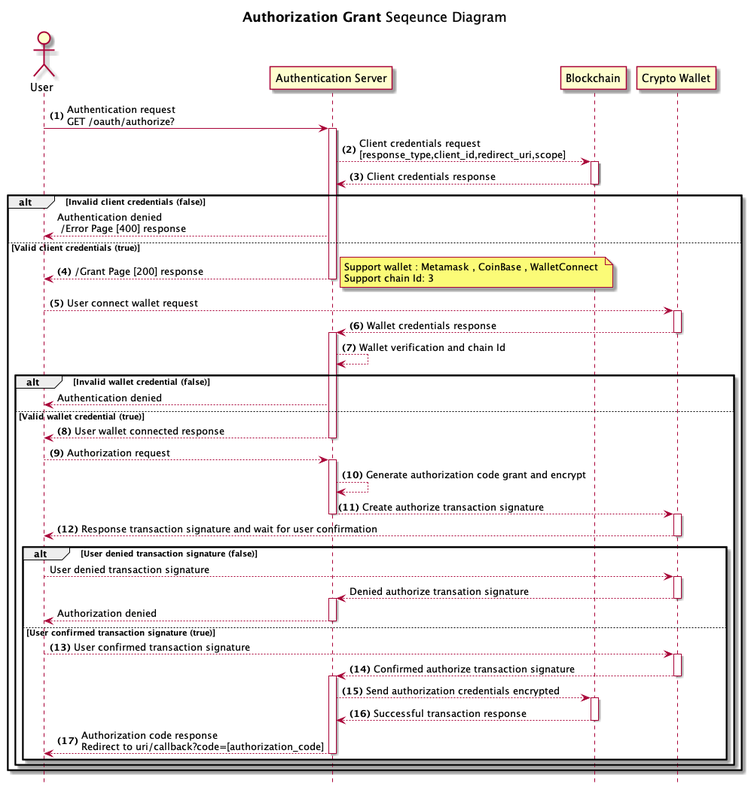
Earlier version of the PlantUML export documents/diagrams/out/authentication-server/authorizationGrant/authorizationGrant.png (Kritsanawipankhet/CE64-41). Its diagram source:
```plantuml
@startuml authorizationGrant
title **Authorization Grant** Seqeunce Diagram
hide footbox
actor User
autonumber "<b>(0)"
"User" -> "Authentication Server" ++: Authentication request \nGET /oauth/authorize?
"Authentication Server" --> "Blockchain" ++: Client credentials request\n[response_type,client_id,redirect_uri,scope]
"Blockchain" --> "Authentication Server" --: Client credentials response
alt Invalid client credentials (false)
    autonumber stop
    "Authentication Server" --> "User": Authentication denied \n /Error Page [400] response
else Valid client credentials (true)
    autonumber resume
    "Authentication Server" --> "User" --: /Grant Page [200] response
    note right: Support wallet : Metamask , CoinBase , WalletConnect \nSupport chain Id: 3
    "User" --> "Crypto Wallet" ++: User connect wallet request
    "Crypto Wallet" --> "Authentication Server" --++:  Wallet credentials response
    "Authentication Server" --> "Authentication Server" : Wallet verification and chain Id
    alt Invalid wallet credential (false)
        autonumber stop
        "Authentication Server" --> "User" : Authentication denied
    else  Valid wallet credential (true)
        autonumber resume
        "Authentication Server" --> "User" --: User wallet connected response
        "User" --> "Authentication Server" ++: Authorization request
        "Authentication Server" --> "Authentication Server" : Generate authorization code grant and encrypt
        "Authentication Server" --> "Crypto Wallet" --++: Create authorize transaction signature
        "Crypto Wallet" --> "User" --:  Response transaction signature and wait for user confirmation
        alt  User denied transaction signature (false)
            autonumber stop
            "User" --> "Crypto Wallet" ++: User denied transaction signature
            "Crypto Wallet" --> "Authentication Server" --++: Denied authorize transation signature
            "Authentication Server" --> "User" --: Authorization denied
        else User confirmed transaction signature (true)
            autonumber resume
            "User" --> "Crypto Wallet" ++: User confirmed transaction signature
            "Crypto Wallet" --> "Authentication Server" --++: Confirmed authorize transaction signature
            "Authentication Server" --> "Blockchain" ++: Send authorization credentials encrypted
            "Blockchain" --> "Authentication Server" --: Successful transaction response
            "Authentication Server" --> "User" --: Authorization code response \nRedirect to uri/callback?code=[authorization_code]
        end

    end
end
@enduml
```
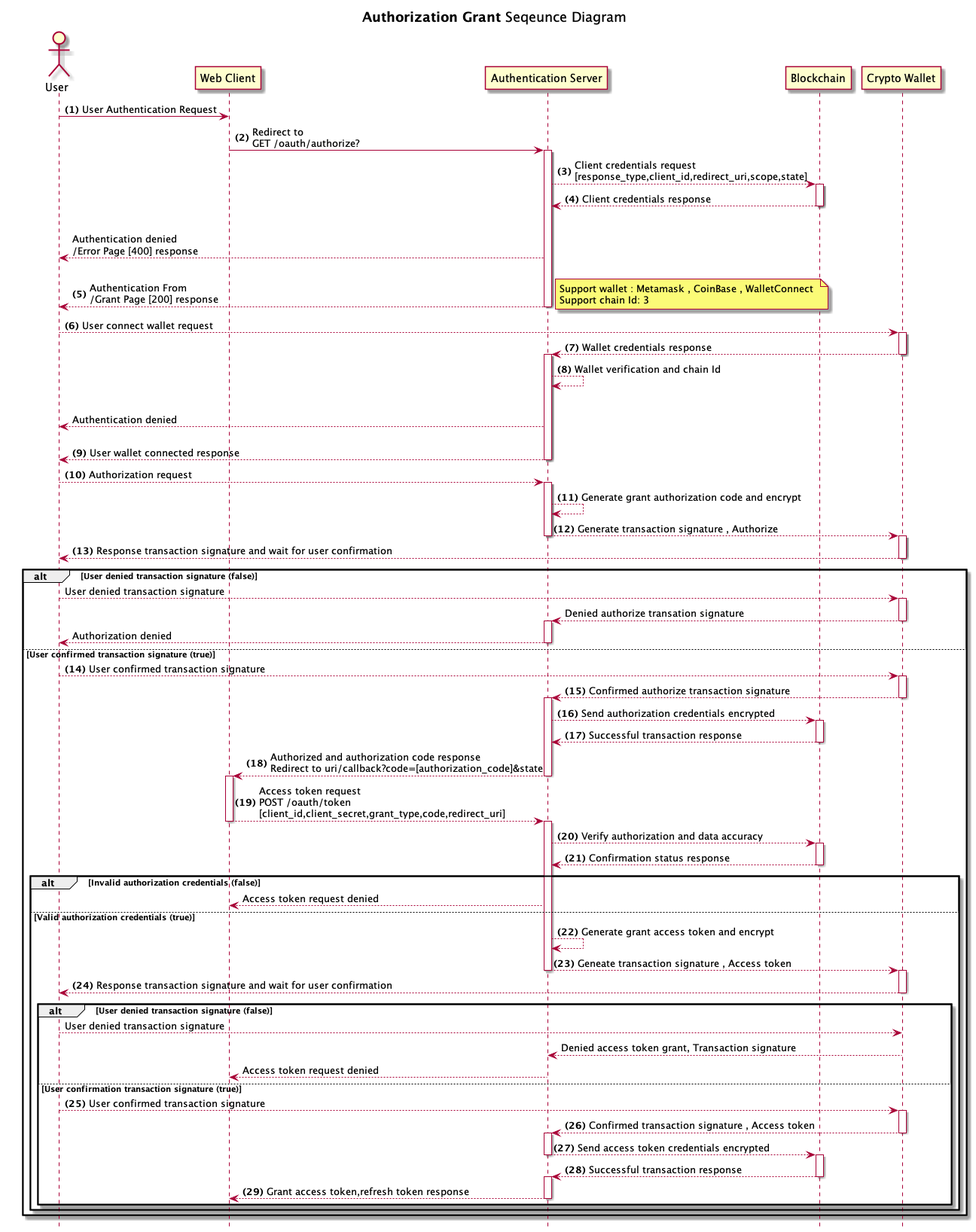
The same file after the commit.

Change to the diagram source:
```diff
@@ -3,15 +3,16 @@
 hide footbox
 actor User
 autonumber "<b>(0)"
-"User" -> "Authentication Server" ++: Authentication request \nGET /oauth/authorize?
-"Authentication Server" --> "Blockchain" ++: Client credentials request\n[response_type,client_id,redirect_uri,scope]
+"User" -> "Web Client" : User Authentication Request
+"Web Client" -> "Authentication Server" ++:  Redirect to \nGET /oauth/authorize?
+"Authentication Server" --> "Blockchain" ++: Client credentials request\n[response_type,client_id,redirect_uri,scope,state]
 "Blockchain" --> "Authentication Server" --: Client credentials response
 alt Invalid client credentials (false)
     autonumber stop
-    "Authentication Server" --> "User": Authentication denied \n /Error Page [400] response
+    "Authentication Server" --> "User": Authentication denied \n/Error Page [400] response
 else Valid client credentials (true)
     autonumber resume
-    "Authentication Server" --> "User" --: /Grant Page [200] response
+    "Authentication Server" --> "User" --: Authentication From\n/Grant Page [200] response
     note right: Support wallet : Metamask , CoinBase , WalletConnect \nSupport chain Id: 3
     "User" --> "Crypto Wallet" ++: User connect wallet request
     "Crypto Wallet" --> "Authentication Server" --++:  Wallet credentials response
@@ -23,8 +24,8 @@
         autonumber resume
         "Authentication Server" --> "User" --: User wallet connected response
         "User" --> "Authentication Server" ++: Authorization request
-        "Authentication Server" --> "Authentication Server" : Generate authorization code grant and encrypt
-        "Authentication Server" --> "Crypto Wallet" --++: Create authorize transaction signature
+        "Authentication Server" --> "Authentication Server" : Generate grant authorization code and encrypt
+        "Authentication Server" --> "Crypto Wallet" --++: Generate transaction signature , Authorize
         "Crypto Wallet" --> "User" --:  Response transaction signature and wait for user confirmation
         alt  User denied transaction signature (false)
             autonumber stop
@@ -37,8 +38,31 @@
             "Crypto Wallet" --> "Authentication Server" --++: Confirmed authorize transaction signature
             "Authentication Server" --> "Blockchain" ++: Send authorization credentials encrypted
             "Blockchain" --> "Authentication Server" --: Successful transaction response
-            "Authentication Server" --> "User" --: Authorization code response \nRedirect to uri/callback?code=[authorization_code]
-        end
+            "Authentication Server" --> "Web Client" --++: Authorized and authorization code response \nRedirect to uri/callback?code=[authorization_code]&state
+            "Web Client" --> "Authentication Server" --++: Access token request \nPOST /oauth/token\n[client_id,client_secret,grant_type,code,redirect_uri]
+            "Authentication Server" --> "Blockchain" ++: Verify authorization and data accuracy
+            "Blockchain" --> "Authentication Server" --: Confirmation status response
+            alt Invalid authorization credentials (false)
+                 autonumber stop
+                "Authentication Server" --> "Web Client" : Access token request denied
+            else Valid authorization credentials (true)
+                autonumber resume
+                "Authentication Server" --> "Authentication Server" : Generate grant access token and encrypt
+                "Authentication Server" --> "Crypto Wallet" --++: Geneate transaction signature , Access token
+                "Crypto Wallet" --> "User" --: Response transaction signature and wait for user confirmation
+                alt User denied transaction signature (false)
+                    autonumber stop
+                    "User" --> "Crypto Wallet" : User denied transaction signature
+                    "Crypto Wallet" --> "Authentication Server" : Denied access token grant, Transaction signature
+                    "Authentication Server" --> "Web Client" : Access token request denied
+                else User confirmation transaction signature (true)
+                    autonumber resume
+                    "User" --> "Crypto Wallet" ++: User confirmed transaction signature
+                    "Crypto Wallet" --> "Authentication Server" --++: Confirmed transaction signature , Access token
+                    "Authentication Server" --> "Blockchain" --++: Send access token credentials encrypted
+                    "Blockchain" --> "Authentication Server" --++: Successful transaction response
+                    "Authentication Server" --> "Web Client" --: Grant access token,refresh token response
+         end
 
     end
 end
```
